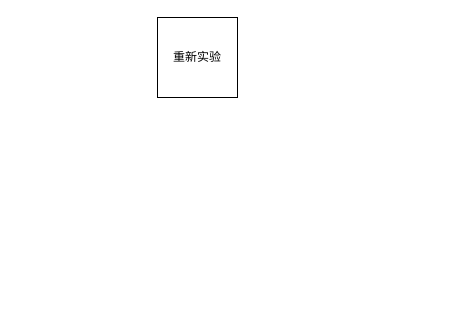
Earlier version of the draw.io diagram src/main/java/com/wolf/creational/singleton/abc.drawio (liyork/violin-designpattern). Source tidied: cells renumbered, new cells numbered last; positions are measured from the earlier drawing's top-left corner, leaving out a move shared by most shapes. Both pictures are drawn from the tidied source at 100%, with x=0, y=0 at pixel (157, 17).
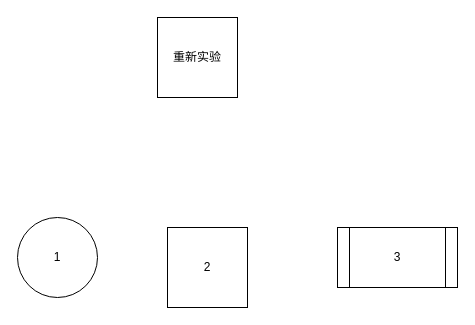
The same page after the edit.

What changed in the source:
```diff
@@
 <mxGraphModel>
   <root>
     <mxCell id="0" />
     <mxCell id="1" parent="0" />
     <mxCell id="2" value="重新实验" style="whiteSpace=wrap;html=1;" parent="1" vertex="1">
       <mxGeometry width="80" height="80" as="geometry" />
     </mxCell>
+    <mxCell id="3" value="2" style="whiteSpace=wrap;html=1;" parent="1" vertex="1">
+      <mxGeometry x="10" y="210" width="80" height="80" as="geometry" />
+    </mxCell>
+    <mxCell id="4" value="1" style="ellipse;whiteSpace=wrap;html=1;" parent="1" vertex="1">
+      <mxGeometry x="-140" y="200" width="80" height="80" as="geometry" />
+    </mxCell>
+    <mxCell id="5" value="3" style="shape=process;whiteSpace=wrap;html=1;backgroundOutline=1;" parent="1" vertex="1">
+      <mxGeometry x="180" y="210" width="120" height="60" as="geometry" />
+    </mxCell>
   </root>
 </mxGraphModel>
```
